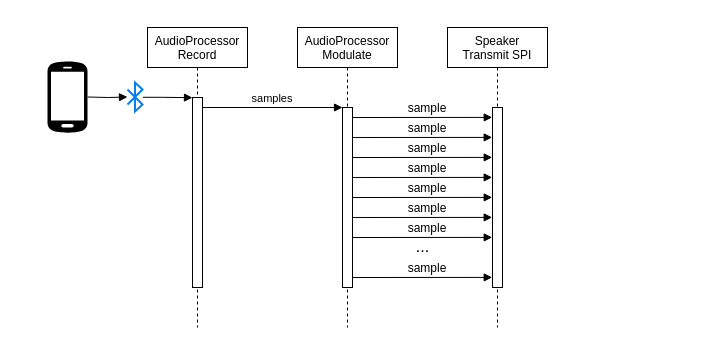
Earlier version of the draw.io diagram page "Audio Processing" (1 of 2) of software/software_structure.drawio (lufixSch/sound-laser). Source tidied: cells renumbered, new cells numbered last; positions are measured from the earlier drawing's top-left corner, leaving out a move shared by most shapes. Both pictures are drawn from the tidied source at 100%, with x=0, y=0 at pixel (47, 27).
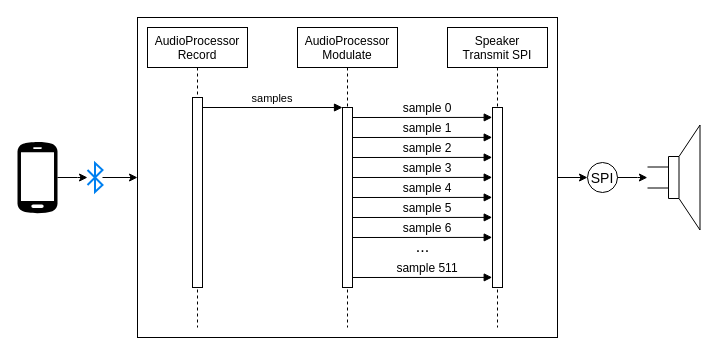
Above is the later version.

Commit message:
rework flowchart

Unchanged cells that the change refers to:
```xml
<mxCell id="3" style="points=[];perimeter=orthogonalPerimeter;rounded=0;shadow=0;strokeWidth=1;" parent="2" vertex="1">
  <mxGeometry x="45" y="70" width="10" height="190" as="geometry" />
</mxCell>
<mxCell id="8" style="points=[];perimeter=orthogonalPerimeter;rounded=0;shadow=0;strokeWidth=1;" parent="7" vertex="1">
  <mxGeometry x="45" y="80" width="10" height="180" as="geometry" />
</mxCell>
```

What changed in the source:
```diff
@@
-    <mxCell id="10" value="sample" style="verticalAlign=bottom;endArrow=block;shadow=0;strokeWidth=1;entryX=-0.028;entryY=0.055;entryDx=0;entryDy=0;entryPerimeter=0;fontSize=12;" parent="1" edge="1" target="8">
+    <mxCell id="10" value="sample 0" style="verticalAlign=bottom;endArrow=block;shadow=0;strokeWidth=1;entryX=-0.028;entryY=0.055;entryDx=0;entryDy=0;entryPerimeter=0;fontSize=12;" parent="1" edge="1" target="8">
       <mxGeometry x="0.07" relative="1" as="geometry">
         <mxPoint x="305" y="90" as="sourcePoint" />
       </mxGeometry>
     </mxCell>
+    <mxCell id="22" style="edgeStyle=orthogonalEdgeStyle;rounded=0;jettySize=auto;html=1;entryX=0;entryY=0.5;entryDx=0;entryDy=0;fontSize=14;" parent="1" edge="1" source="11" target="25">
+      <mxGeometry relative="1" as="geometry" />
+    </mxCell>
     <mxCell id="11" style="html=1;verticalLabelPosition=bottom;align=center;labelBackgroundColor=#ffffff;verticalAlign=top;strokeWidth=2;strokeColor=#0080F0;shadow=0;dashed=0;shape=mxgraph.ios7.icons.bluetooth;" parent="1" vertex="1">
-      <mxGeometry x="80" y="55.1" width="15" height="28.8" as="geometry" />
+      <mxGeometry x="40" y="135.6" width="15" height="28.8" as="geometry" />
     </mxCell>
-    <mxCell id="12" style="edgeStyle=orthogonalEdgeStyle;rounded=0;jettySize=auto;html=1;entryX=0;entryY=0.5;entryDx=0;entryDy=0;entryPerimeter=0;endArrow=block;endFill=1;" parent="1" edge="1" target="11">
-      <mxGeometry relative="1" as="geometry">
-        <mxPoint x="40" y="69.5" as="sourcePoint" />
-      </mxGeometry>
-    </mxCell>
+    <mxCell id="23" style="edgeStyle=orthogonalEdgeStyle;rounded=0;jettySize=auto;html=1;entryX=0;entryY=0.5;entryDx=0;entryDy=0;entryPerimeter=0;fontSize=14;" parent="1" edge="1" source="13" target="11">
+      <mxGeometry relative="1" as="geometry" />
+    </mxCell>
     <mxCell id="13" style="sketch=0;shadow=0;dashed=0;html=1;strokeColor=none;fillColor=#000000;labelPosition=center;verticalLabelPosition=bottom;verticalAlign=top;outlineConnect=0;align=center;shape=mxgraph.office.devices.cell_phone_android_proportional;" parent="1" vertex="1">
-      <mxGeometry y="33" width="40" height="72.9" as="geometry" />
+      <mxGeometry x="-30" y="113.5" width="40" height="72.9" as="geometry" />
     </mxCell>
-    <mxCell id="14" style="edgeStyle=orthogonalEdgeStyle;rounded=0;jettySize=auto;html=1;entryX=-0.002;entryY=0.001;entryDx=0;entryDy=0;entryPerimeter=0;exitX=1.021;exitY=0.51;exitDx=0;exitDy=0;exitPerimeter=0;endArrow=block;endFill=1;" parent="1" edge="1" source="11" target="3">
-      <mxGeometry relative="1" as="geometry">
-        <Array as="points">
-          <mxPoint x="115" y="70" />
-          <mxPoint x="145" y="70" />
-        </Array>
-      </mxGeometry>
-    </mxCell>
-    <mxCell id="15" value="sample" style="verticalAlign=bottom;endArrow=block;shadow=0;strokeWidth=1;entryX=-0.028;entryY=0.055;entryDx=0;entryDy=0;entryPerimeter=0;fontSize=12;" parent="1" edge="1">
+    <mxCell id="15" value="sample 1" style="verticalAlign=bottom;endArrow=block;shadow=0;strokeWidth=1;entryX=-0.028;entryY=0.055;entryDx=0;entryDy=0;entryPerimeter=0;fontSize=12;" parent="1" edge="1">
       <mxGeometry x="0.07" relative="1" as="geometry">
         <mxPoint x="305" y="110" as="sourcePoint" />
         <mxPoint x="444.7" y="109.9" as="targetPoint" />
       </mxGeometry>
     </mxCell>
-    <mxCell id="16" value="sample" style="verticalAlign=bottom;endArrow=block;shadow=0;strokeWidth=1;entryX=-0.028;entryY=0.055;entryDx=0;entryDy=0;entryPerimeter=0;fontSize=12;" parent="1" edge="1">
+    <mxCell id="16" value="sample 2" style="verticalAlign=bottom;endArrow=block;shadow=0;strokeWidth=1;entryX=-0.028;entryY=0.055;entryDx=0;entryDy=0;entryPerimeter=0;fontSize=12;" parent="1" edge="1">
       <mxGeometry x="0.07" relative="1" as="geometry">
         <mxPoint x="305" y="130" as="sourcePoint" />
         <mxPoint x="444.7" y="129.9" as="targetPoint" />
       </mxGeometry>
     </mxCell>
-    <mxCell id="17" value="sample" style="verticalAlign=bottom;endArrow=block;shadow=0;strokeWidth=1;entryX=-0.028;entryY=0.055;entryDx=0;entryDy=0;entryPerimeter=0;fontSize=12;" parent="1" edge="1">
+    <mxCell id="17" value="sample 3" style="verticalAlign=bottom;endArrow=block;shadow=0;strokeWidth=1;entryX=-0.028;entryY=0.055;entryDx=0;entryDy=0;entryPerimeter=0;fontSize=12;" parent="1" edge="1">
       <mxGeometry x="0.07" relative="1" as="geometry">
         <mxPoint x="305" y="150" as="sourcePoint" />
         <mxPoint x="444.7" y="149.9" as="targetPoint" />
       </mxGeometry>
     </mxCell>
-    <mxCell id="18" value="sample" style="verticalAlign=bottom;endArrow=block;shadow=0;strokeWidth=1;entryX=-0.028;entryY=0.055;entryDx=0;entryDy=0;entryPerimeter=0;fontSize=12;" parent="1" edge="1">
+    <mxCell id="18" value="sample 4" style="verticalAlign=bottom;endArrow=block;shadow=0;strokeWidth=1;entryX=-0.028;entryY=0.055;entryDx=0;entryDy=0;entryPerimeter=0;fontSize=12;" parent="1" edge="1">
       <mxGeometry x="0.07" relative="1" as="geometry">
         <mxPoint x="305" y="170" as="sourcePoint" />
         <mxPoint x="444.7" y="169.9" as="targetPoint" />
       </mxGeometry>
     </mxCell>
-    <mxCell id="19" value="sample" style="verticalAlign=bottom;endArrow=block;shadow=0;strokeWidth=1;entryX=-0.028;entryY=0.055;entryDx=0;entryDy=0;entryPerimeter=0;fontSize=12;" parent="1" edge="1">
+    <mxCell id="19" value="sample 5" style="verticalAlign=bottom;endArrow=block;shadow=0;strokeWidth=1;entryX=-0.028;entryY=0.055;entryDx=0;entryDy=0;entryPerimeter=0;fontSize=12;" parent="1" edge="1">
       <mxGeometry x="0.07" relative="1" as="geometry">
         <mxPoint x="305" y="190" as="sourcePoint" />
         <mxPoint x="444.7" y="189.9" as="targetPoint" />
       </mxGeometry>
     </mxCell>
-    <mxCell id="20" value="sample" style="verticalAlign=bottom;endArrow=block;shadow=0;strokeWidth=1;entryX=-0.028;entryY=0.055;entryDx=0;entryDy=0;entryPerimeter=0;fontSize=12;" parent="1" edge="1">
+    <mxCell id="20" value="sample 6" style="verticalAlign=bottom;endArrow=block;shadow=0;strokeWidth=1;entryX=-0.028;entryY=0.055;entryDx=0;entryDy=0;entryPerimeter=0;fontSize=12;" parent="1" edge="1">
       <mxGeometry x="0.07" relative="1" as="geometry">
         <mxPoint x="305" y="210" as="sourcePoint" />
         <mxPoint x="444.7" y="209.9" as="targetPoint" />
       </mxGeometry>
     </mxCell>
-    <mxCell id="21" value="sample" style="verticalAlign=bottom;endArrow=block;shadow=0;strokeWidth=1;entryX=-0.028;entryY=0.055;entryDx=0;entryDy=0;entryPerimeter=0;fontSize=12;" parent="1" edge="1">
+    <mxCell id="21" value="sample 511" style="verticalAlign=bottom;endArrow=block;shadow=0;strokeWidth=1;entryX=-0.028;entryY=0.055;entryDx=0;entryDy=0;entryPerimeter=0;fontSize=12;" parent="1" edge="1">
       <mxGeometry x="0.07" relative="1" as="geometry">
         <mxPoint x="305" y="250" as="sourcePoint" />
         <mxPoint x="444.7" y="249.9" as="targetPoint" />
       </mxGeometry>
     </mxCell>
+    <mxCell id="24" style="edgeStyle=orthogonalEdgeStyle;rounded=0;jettySize=auto;html=1;entryX=0;entryY=0.5;entryDx=0;entryDy=0;fontSize=14;" parent="1" edge="1" source="25" target="27">
+      <mxGeometry relative="1" as="geometry" />
+    </mxCell>
+    <mxCell id="25" style="rounded=0;whiteSpace=wrap;html=1;fillColor=none;" parent="1" vertex="1">
+      <mxGeometry x="90" y="-10" width="420" height="320" as="geometry" />
+    </mxCell>
+    <mxCell id="26" style="edgeStyle=orthogonalEdgeStyle;rounded=0;jettySize=auto;html=1;entryX=-0.002;entryY=0.501;entryDx=0;entryDy=0;entryPerimeter=0;fontSize=14;" parent="1" edge="1" source="27" target="28">
+      <mxGeometry relative="1" as="geometry" />
+    </mxCell>
+    <mxCell id="27" value="SPI" style="ellipse;whiteSpace=wrap;html=1;fillColor=none;verticalAlign=middle;fontSize=14;spacingTop=1;spacingBottom=0;" parent="1" vertex="1">
+      <mxGeometry x="540" y="135" width="30" height="30" as="geometry" />
+    </mxCell>
+    <mxCell id="28" style="verticalLabelPosition=bottom;shadow=0;dashed=0;align=center;html=1;verticalAlign=top;shape=mxgraph.electrical.electro-mechanical.loudspeaker;fillColor=none;" parent="1" vertex="1">
+      <mxGeometry x="600" y="97.5" width="52.5" height="105" as="geometry" />
+    </mxCell>
```
